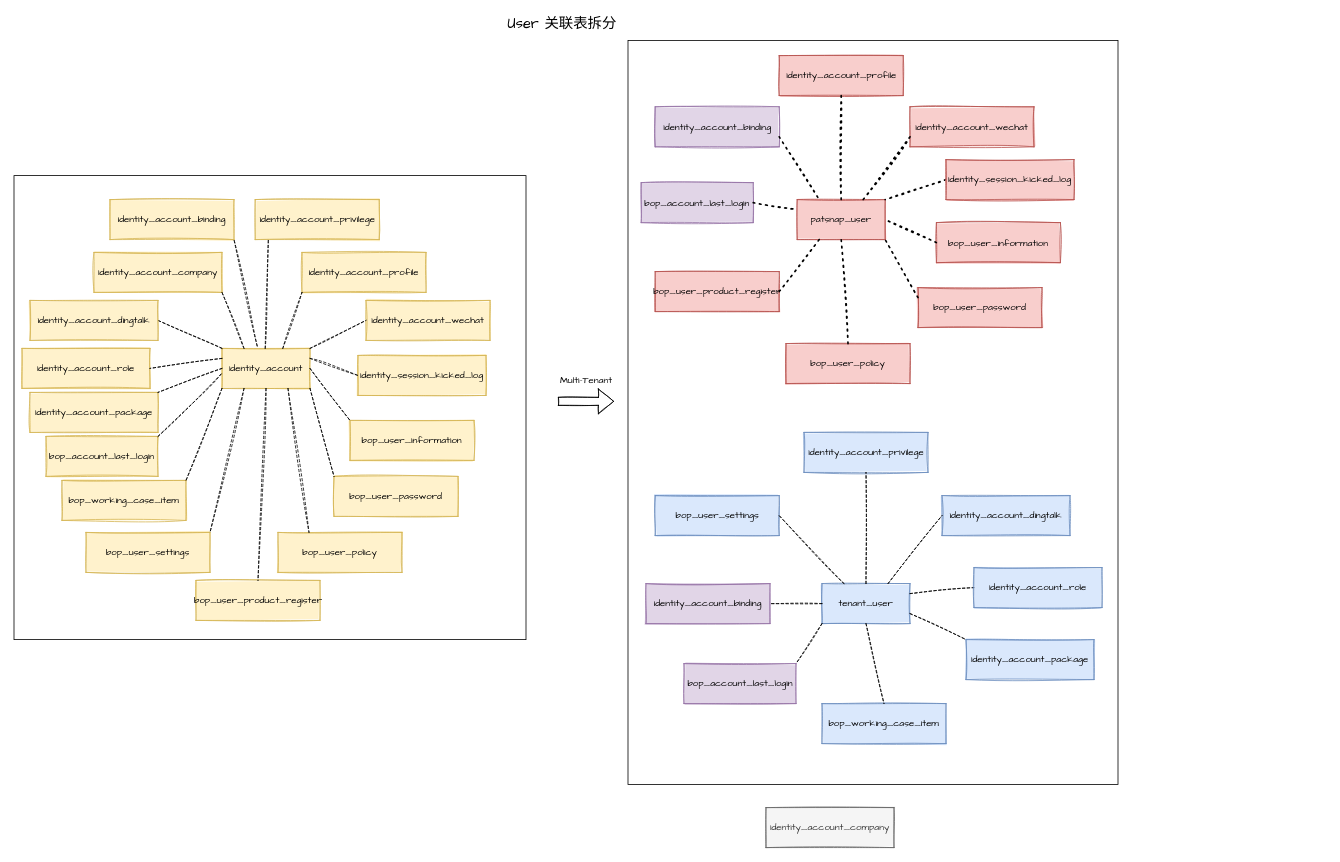
Earlier version of the draw.io diagram page "Page-2" (2 of 2) of Multi-Tenants.drawio (yindongjun/gangzhang.github.io). Source tidied: cells renumbered, new cells numbered last; positions are measured from the earlier drawing's top-left corner, leaving out a move shared by most shapes. Both pictures are drawn from the tidied source at 80%, with x=0, y=0 at pixel (14, 15).
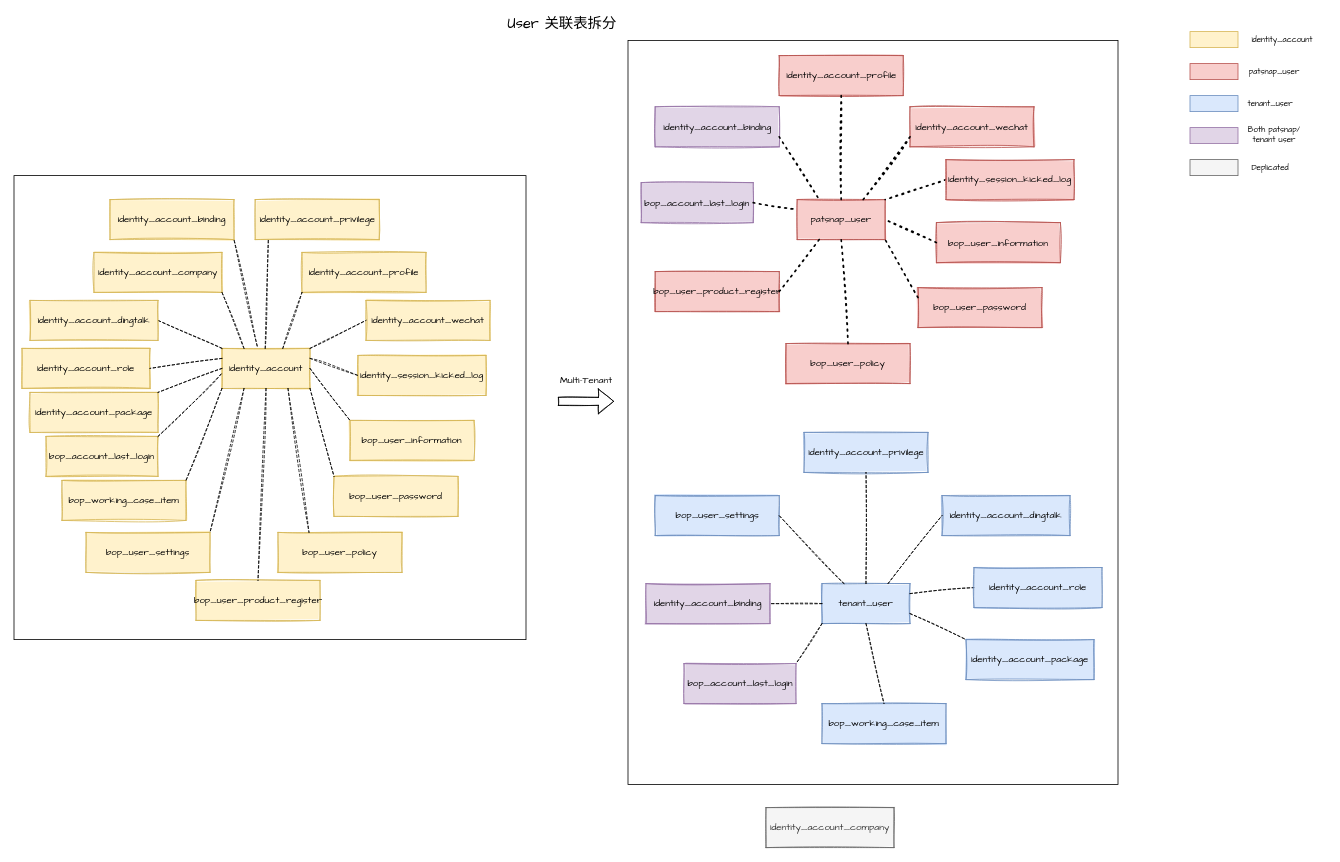
The same diagram, later.

The edit, as a diff of the source:
```diff
@@
+    <mxCell id="77" style="rounded=0;whiteSpace=wrap;html=1;fontFamily=Comic Sans MS;fontSize=10;fillColor=#f8cecc;strokeColor=#b85450;" parent="1" vertex="1">
+      <mxGeometry x="1470" y="60" width="60" height="20" as="geometry" />
+    </mxCell>
+    <mxCell id="78" style="rounded=0;whiteSpace=wrap;html=1;fontFamily=Comic Sans MS;fontSize=10;fillColor=#fff2cc;strokeColor=#d6b656;" parent="1" vertex="1">
+      <mxGeometry x="1470" y="20" width="60" height="20" as="geometry" />
+    </mxCell>
+    <mxCell id="79" style="rounded=0;whiteSpace=wrap;html=1;fontFamily=Comic Sans MS;fontSize=10;fillColor=#dae8fc;strokeColor=#6c8ebf;" parent="1" vertex="1">
+      <mxGeometry x="1470" y="100" width="60" height="20" as="geometry" />
+    </mxCell>
+    <mxCell id="80" value="identity_account" style="text;html=1;align=center;verticalAlign=middle;strokeColor=none;fillColor=none;fontSize=10;fontFamily=Comic Sans MS;" parent="1" vertex="1">
+      <mxGeometry x="1530" y="20" width="110" height="20" as="geometry" />
+    </mxCell>
+    <mxCell id="81" value="patsnap_user" style="text;html=1;align=center;verticalAlign=middle;strokeColor=none;fillColor=none;fontSize=10;fontFamily=Comic Sans MS;" parent="1" vertex="1">
+      <mxGeometry x="1530" y="60" width="90" height="20" as="geometry" />
+    </mxCell>
+    <mxCell id="82" value="tenant_user" style="text;html=1;align=center;verticalAlign=middle;strokeColor=none;fillColor=none;fontSize=10;fontFamily=Comic Sans MS;" parent="1" vertex="1">
+      <mxGeometry x="1530" y="100" width="80" height="20" as="geometry" />
+    </mxCell>
+    <mxCell id="83" style="rounded=0;whiteSpace=wrap;html=1;fontFamily=Comic Sans MS;fontSize=10;fillColor=#e1d5e7;strokeColor=#9673a6;" parent="1" vertex="1">
+      <mxGeometry x="1470" y="140" width="60" height="20" as="geometry" />
+    </mxCell>
+    <mxCell id="84" value="Both patsnap/&lt;br&gt;tenant user" style="text;html=1;align=center;verticalAlign=middle;strokeColor=none;fillColor=none;fontSize=10;fontFamily=Comic Sans MS;" parent="1" vertex="1">
+      <mxGeometry x="1530" y="133" width="90" height="30" as="geometry" />
+    </mxCell>
+    <mxCell id="85" style="rounded=0;whiteSpace=wrap;html=1;fontFamily=Comic Sans MS;fontSize=10;fillColor=#f5f5f5;strokeColor=#666666;fontColor=#333333;" parent="1" vertex="1">
+      <mxGeometry x="1470" y="180" width="60" height="20" as="geometry" />
+    </mxCell>
+    <mxCell id="86" value="Deplicated" style="text;html=1;align=center;verticalAlign=middle;strokeColor=none;fillColor=none;fontSize=10;fontFamily=Comic Sans MS;" parent="1" vertex="1">
+      <mxGeometry x="1530" y="180" width="80" height="20" as="geometry" />
+    </mxCell>
```
